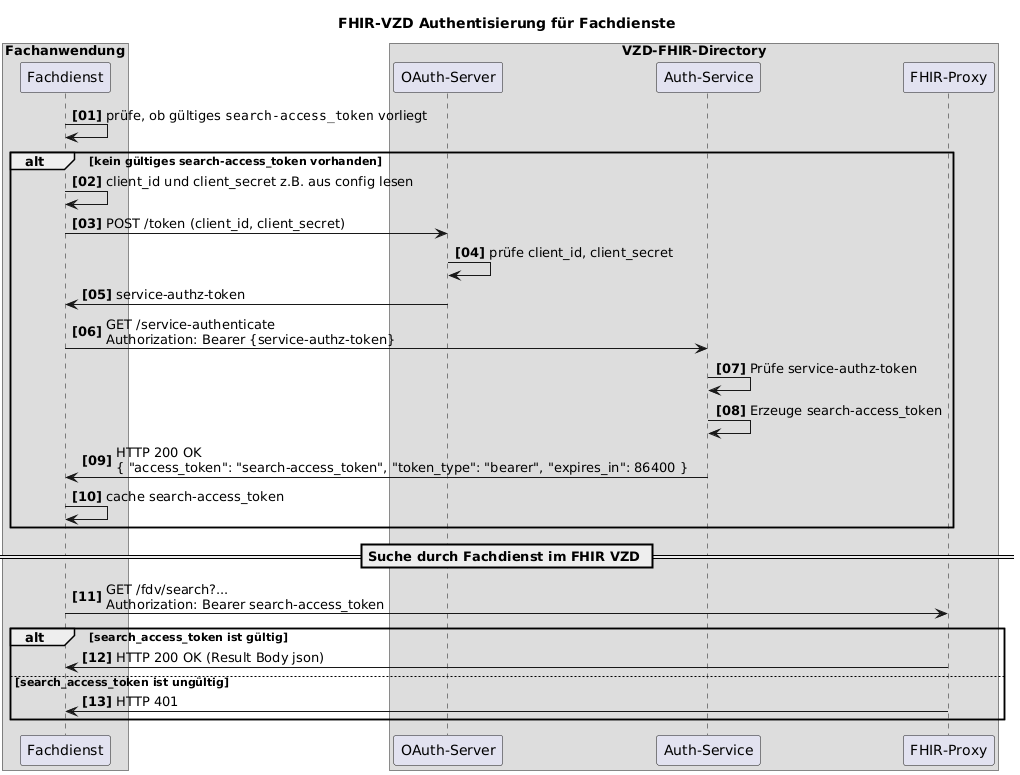
This is images/diagrams/SequenceDiagram.FHIR-Directory.FD_Search.png from gematik/api-vzd, a PlantUML export, as it was before one commit.
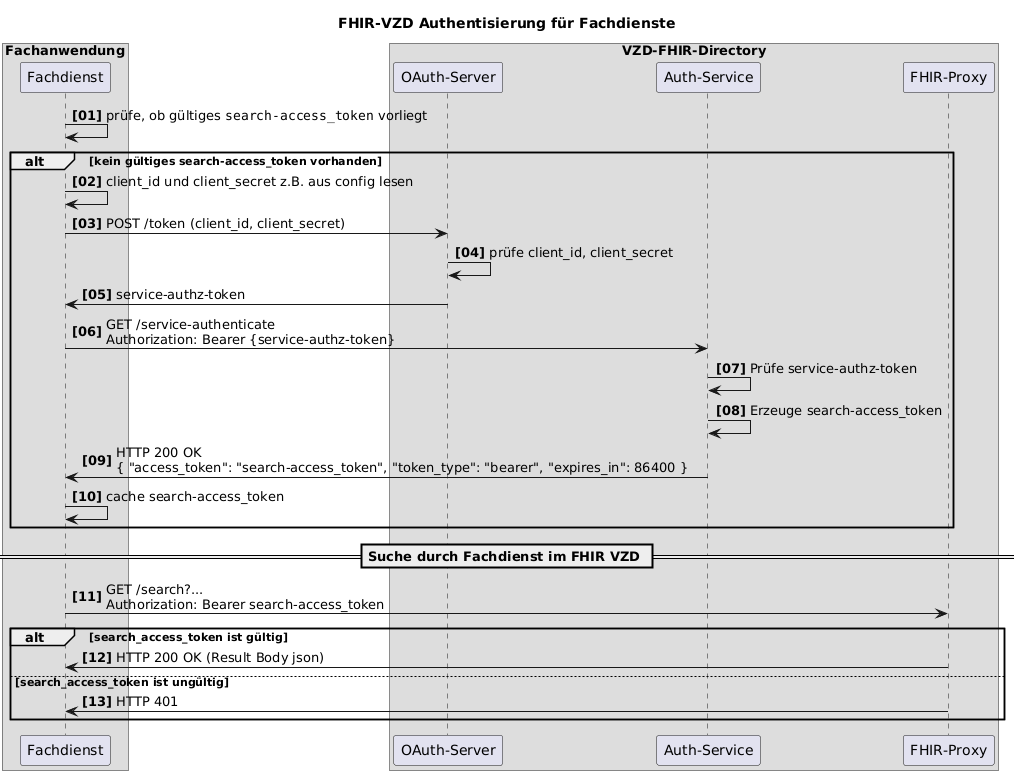
Later version of the same file.

The edit, as a diff of the source:
```diff
@@ -29,7 +29,7 @@
 
 == Suche durch Fachdienst im FHIR VZD ==
 
-Fachdienst -> Proxy: GET /fdv/search?... \nAuthorization: Bearer search-access_token
+Fachdienst -> Proxy: GET /search?... \nAuthorization: Bearer search-access_token
 
 alt search_access_token ist gültig
     Proxy -> Fachdienst: HTTP 200 OK (Result Body json)
```
